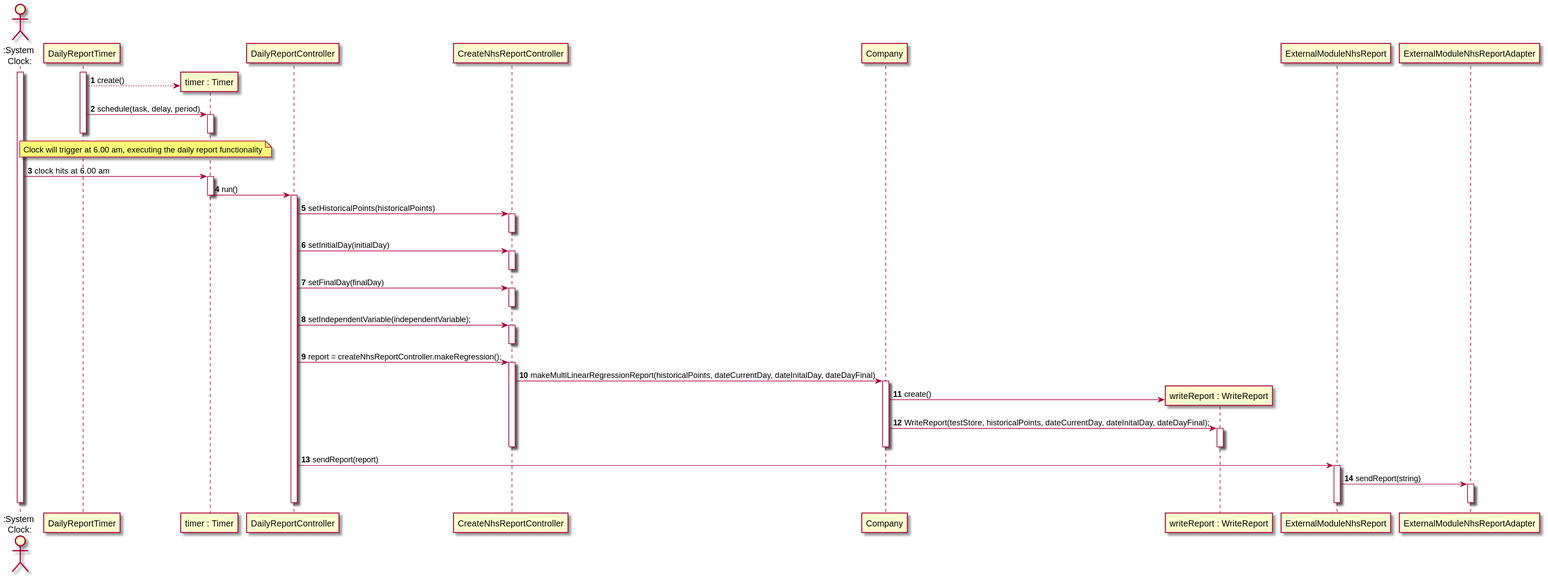
MadDinosaur/ISEP-LAPR2 keeps this PlantUML diagram as docs/SprintD/US19/US19_SD.svg. Above is the earlier version.
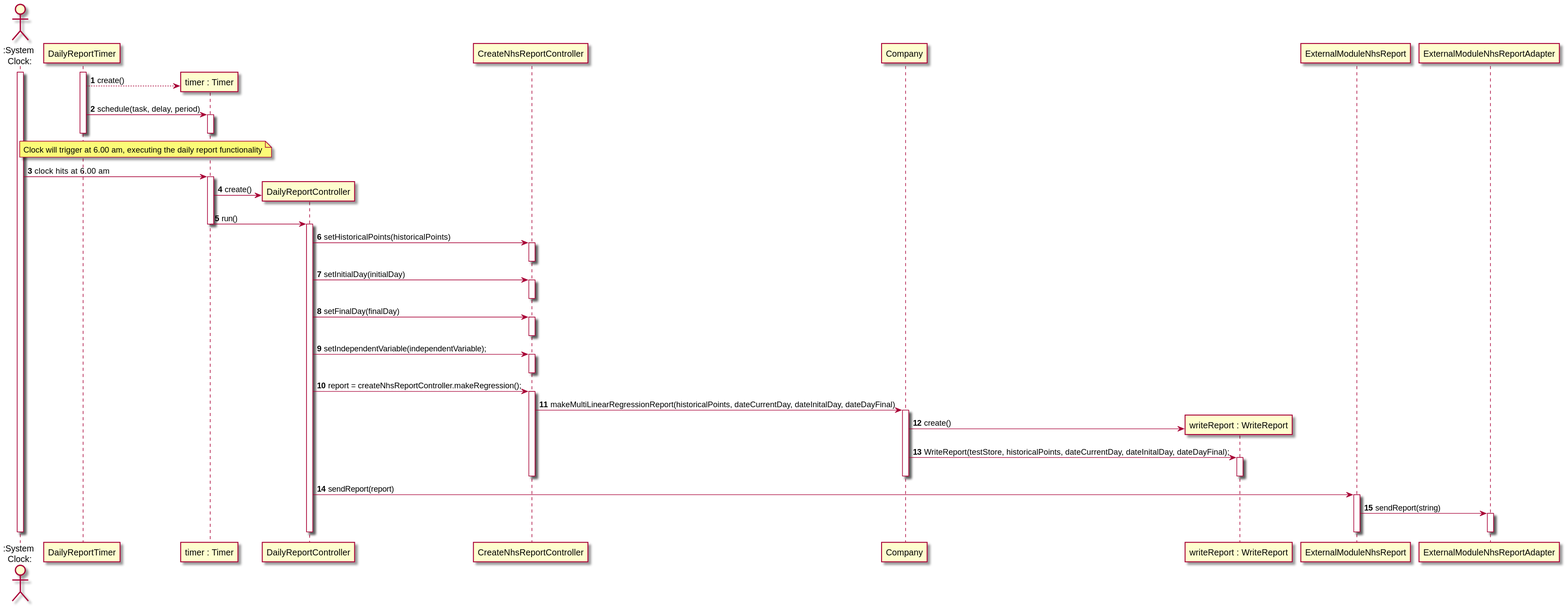
After the commit.

What changed in the source:
```diff
@@ -25,6 +25,8 @@
 
 Clock -> timer : clock hits at 6.00 am
 activate timer
+create controller
+timer -> controller : create()
 timer -> controller : run()
 deactivate timer
 activate controller
```
